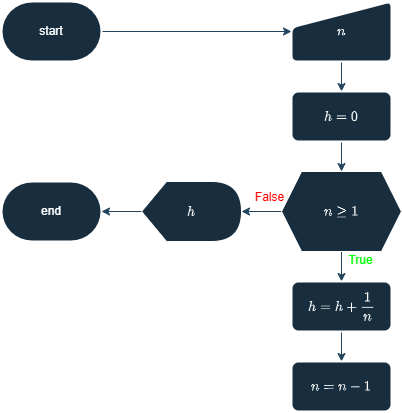
kf-martins-uel/algoritmos-atividade1 keeps this draw.io diagram as Parte-3/atividade13.png. Above is the earlier version. Source tidied: cells renumbered, new cells last; positions are measured from the earlier drawing's top-left corner, leaving out a move shared by most shapes.
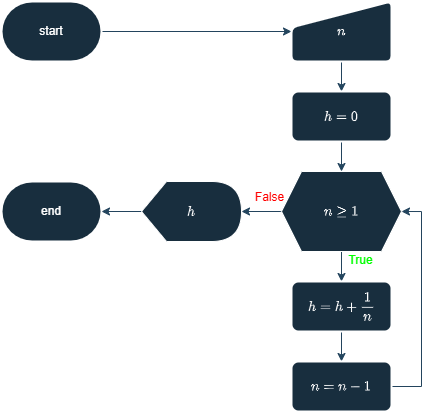
After the change.

The edit, as a diff of the source:
```diff
@@ -35,6 +35,14 @@
     <mxCell id="12" value="$$h = h + \frac{1}{n}$$" style="rounded=1;whiteSpace=wrap;html=1;absoluteArcSize=1;arcSize=14;strokeWidth=2;labelBackgroundColor=none;fillColor=#182E3E;strokeColor=#FFFFFF;fontColor=#FFFFFF;" parent="1" vertex="1">
       <mxGeometry x="290" y="280" width="100" height="50" as="geometry" />
     </mxCell>
+    <mxCell id="19" style="edgeStyle=orthogonalEdgeStyle;rounded=0;jettySize=auto;html=1;entryX=1;entryY=0.5;entryDx=0;entryDy=0;strokeColor=#23445D;" parent="1" edge="1" source="13" target="8">
+      <mxGeometry relative="1" as="geometry">
+        <Array as="points">
+          <mxPoint x="420" y="385" />
+          <mxPoint x="420" y="210" />
+        </Array>
+      </mxGeometry>
+    </mxCell>
     <mxCell id="13" value="$$n= n-1$$" style="rounded=1;whiteSpace=wrap;html=1;absoluteArcSize=1;arcSize=14;strokeWidth=2;labelBackgroundColor=none;fillColor=#182E3E;strokeColor=#FFFFFF;fontColor=#FFFFFF;" parent="1" vertex="1">
       <mxGeometry x="290" y="360" width="100" height="50" as="geometry" />
     </mxCell>
```
